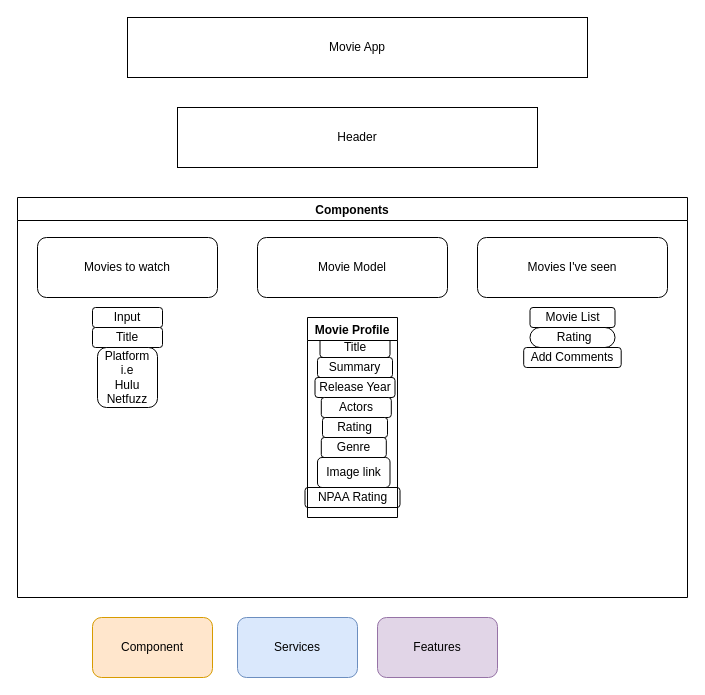
Earlier version of the draw.io diagram Folder/Untitled Diagram.drawio (robertlongmendez/MovieAppDiagram). Source tidied: cells renumbered, new cells numbered last; positions are measured from the earlier drawing's top-left corner, leaving out a move shared by most shapes. Both pictures are drawn from the tidied source at 100%, with x=0, y=0 at pixel (17, 17).
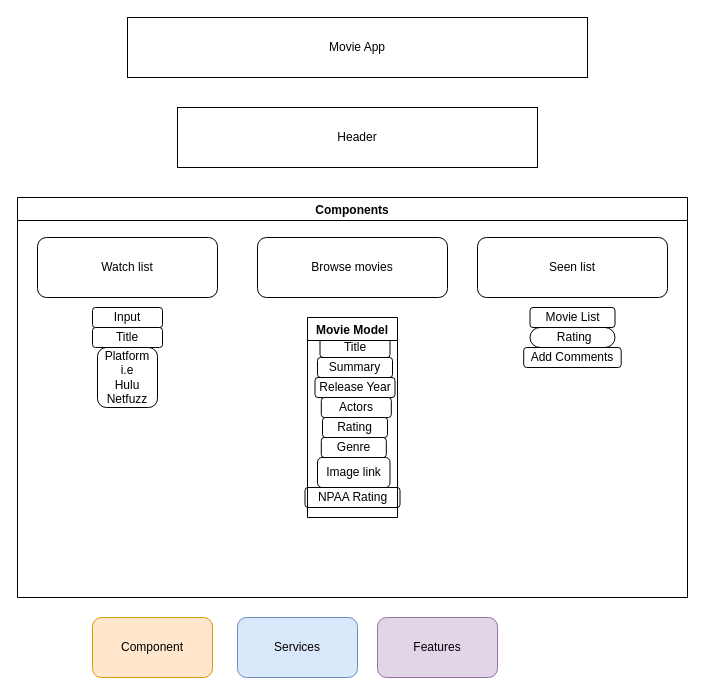
After the change.

The change refers to these unchanged cells:
```xml
<mxCell id="4" value="Components" style="swimlane;" parent="1" vertex="1">
  <mxGeometry y="180" width="670" height="400" as="geometry" />
</mxCell>
```

What changed in the source:
```diff
@@
-    <mxCell id="6" value="Movies I've seen" style="rounded=1;whiteSpace=wrap;html=1;" parent="4" vertex="1">
+    <mxCell id="6" value="Seen list" style="rounded=1;whiteSpace=wrap;html=1;" parent="4" vertex="1">
       <mxGeometry x="460" y="40" width="190" height="60" as="geometry" />
     </mxCell>
-    <mxCell id="7" value="Movies to watch" style="rounded=1;whiteSpace=wrap;html=1;" parent="4" vertex="1">
+    <mxCell id="7" value="Watch list" style="rounded=1;whiteSpace=wrap;html=1;" parent="4" vertex="1">
       <mxGeometry x="20" y="40" width="180" height="60" as="geometry" />
     </mxCell>
-    <mxCell id="8" value="Movie Model" style="rounded=1;whiteSpace=wrap;html=1;" parent="4" vertex="1">
+    <mxCell id="8" value="Browse movies" style="rounded=1;whiteSpace=wrap;html=1;" parent="4" vertex="1">
       <mxGeometry x="240" y="40" width="190" height="60" as="geometry" />
     </mxCell>
@@
-    <mxCell id="22" value="Movie Profile" style="swimlane;" parent="4" vertex="1">
+    <mxCell id="22" value="Movie Model" style="swimlane;" parent="4" vertex="1">
       <mxGeometry x="290" y="120" width="90" height="200" as="geometry" />
     </mxCell>
```
